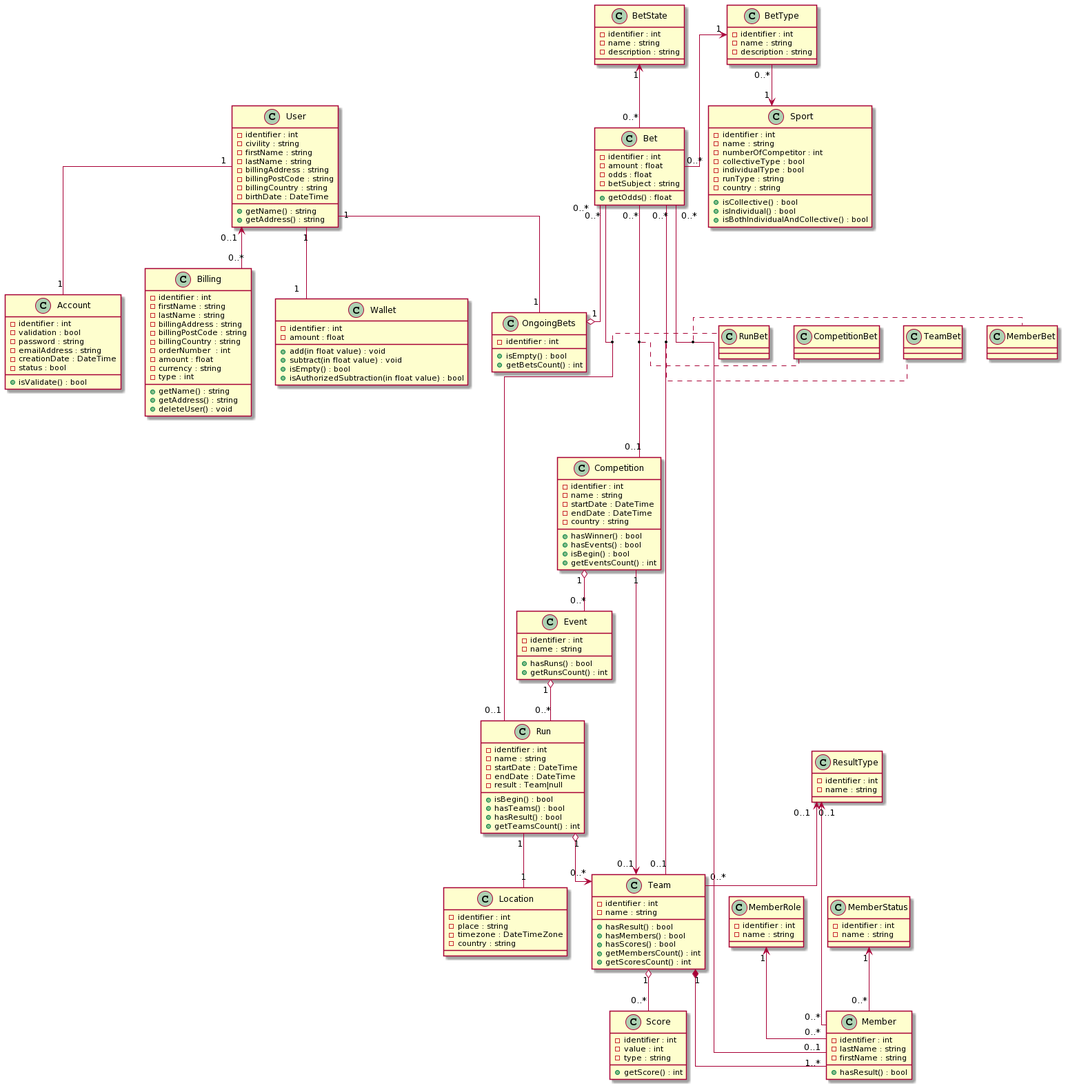
Above: Uml/Diagramme_de_classe/parisportif5.png in OFP-CDA-Mulhouse-2020/parisportif5 (PlantUML), before the change. The source it was exported from:
```plantuml
@startuml
skinparam linetype ortho
    User "1" -- "1" Account
    User "0..1" <-- "0..*" Billing
    BetType "1" <-- "0..*" Bet
    User "1" -- "1" Wallet
    User "1" -- "1" OngoingBets
    Bet "0..*" --o "1" OngoingBets
    BetType "0..*" --> "1" Sport
    Competition "1" o-- "0..*" Event
    Competition "1" --> "0..1" Team
    Event "1" o-- "0..*" Run
    Run "1" -- "1" Location
    Team "1" o-- "0..*" Score
    Run "1" o--> "0..*" Team
    Team "1" *-- "1..*" Member
    BetState "1" <-- "0..*" Bet
    ResultType "0..1" <-- "0..*" Team
    ResultType "0..1" <-- "0..*" Member
    MemberRole "1" <-- "0..*" Member
    MemberStatus "1" <-- "0..*" Member
    Bet "0..*" -- "0..1" Competition
    (Bet, Competition) .. CompetitionBet
    Bet "0..*" -- "0..1" Run
    (Bet, Run) .. RunBet
    Bet "0..*" -- "0..1" Team
    (Bet, Team) .. TeamBet
    Bet "0..*" -- "0..1" Member
    (Bet, Member) .. MemberBet
    class MemberRole {
        -identifier : int
        -name : string
    }
    class MemberStatus {
        -identifier : int
        -name : string
    }
    class ResultType {
        -identifier : int
        -name : string
    }
    class BetState {
        -identifier : int
        -name : string
        -description : string
    }
    class Wallet {
        -identifier : int
        -amount : float
        +add(in float value) : void
        +subtract(in float value) : void
        +isEmpty() : bool
        +isAuthorizedSubtraction(in float value) : bool
    }
    class OngoingBets {
        -identifier : int
        +isEmpty() : bool
        +getBetsCount() : int
    }
    class Account {
        -identifier : int
        -validation : bool
        -password : string
        -emailAddress : string
        -creationDate : DateTime
        -status : bool
        +isValidate() : bool
    }
    class User {
        -identifier : int
        -civility : string
        -firstName : string
        -lastName : string
        -billingAddress : string
        -billingPostCode : string
        -billingCountry : string
        -birthDate : DateTime
        +getName() : string
        +getAddress() : string
    }
    class Billing {
        -identifier : int
        -firstName : string
        -lastName : string
        -billingAddress : string
        -billingPostCode : string
        -billingCountry : string
        -orderNumber  : int
        -amount : float
        -currency : string
        -type : int
        +getName() : string
        +getAddress() : string
        +deleteUser() : void
    }
    class Bet {
        -identifier : int
        -amount : float
        -odds : float
        -betSubject : string
        +getOdds() : float
    }
    class BetType {
        -identifier : int
        -name : string
        -description : string
    }
    class Location {
        -identifier : int
        -place : string
        -timezone : DateTimeZone
        -country : string
    }
    class Sport {
        -identifier : int
        -name : string
        -numberOfCompetitor : int
        -collectiveType : bool
        -individualType : bool
        -runType : string
        -country : string
        +isCollective() : bool
        +isIndividual() : bool
        +isBothIndividualAndCollective() : bool
    }
    class Competition {
        -identifier : int
        -name : string
        -startDate : DateTime
        -endDate : DateTime
        -country : string
        +hasWinner() : bool
        +hasEvents() : bool
        +isBegin() : bool
        +getEventsCount() : int
    }
    class Event {
        -identifier : int
        -name : string
        +hasRuns() : bool
        +getRunsCount() : int
    }
    class Run {
        -identifier : int
        -name : string
        -startDate : DateTime
        -endDate : DateTime
        -result : Team|null
        +isBegin() : bool
        +hasTeams() : bool
        +hasResult() : bool
        +getTeamsCount() : int
    }
    class Score {
        -identifier : int
        -value : int
        -type : string
        +getScore() : int
    }
    class Member {
        -identifier : int
        -lastName : string
        -firstName : string
        +hasResult() : bool
    }
    class Team {
        -identifier : int
        -name : string
        +hasResult() : bool
        +hasMembers() : bool
        +hasScores() : bool
        +getMembersCount() : int
        +getScoresCount() : int
    }
@enduml
```
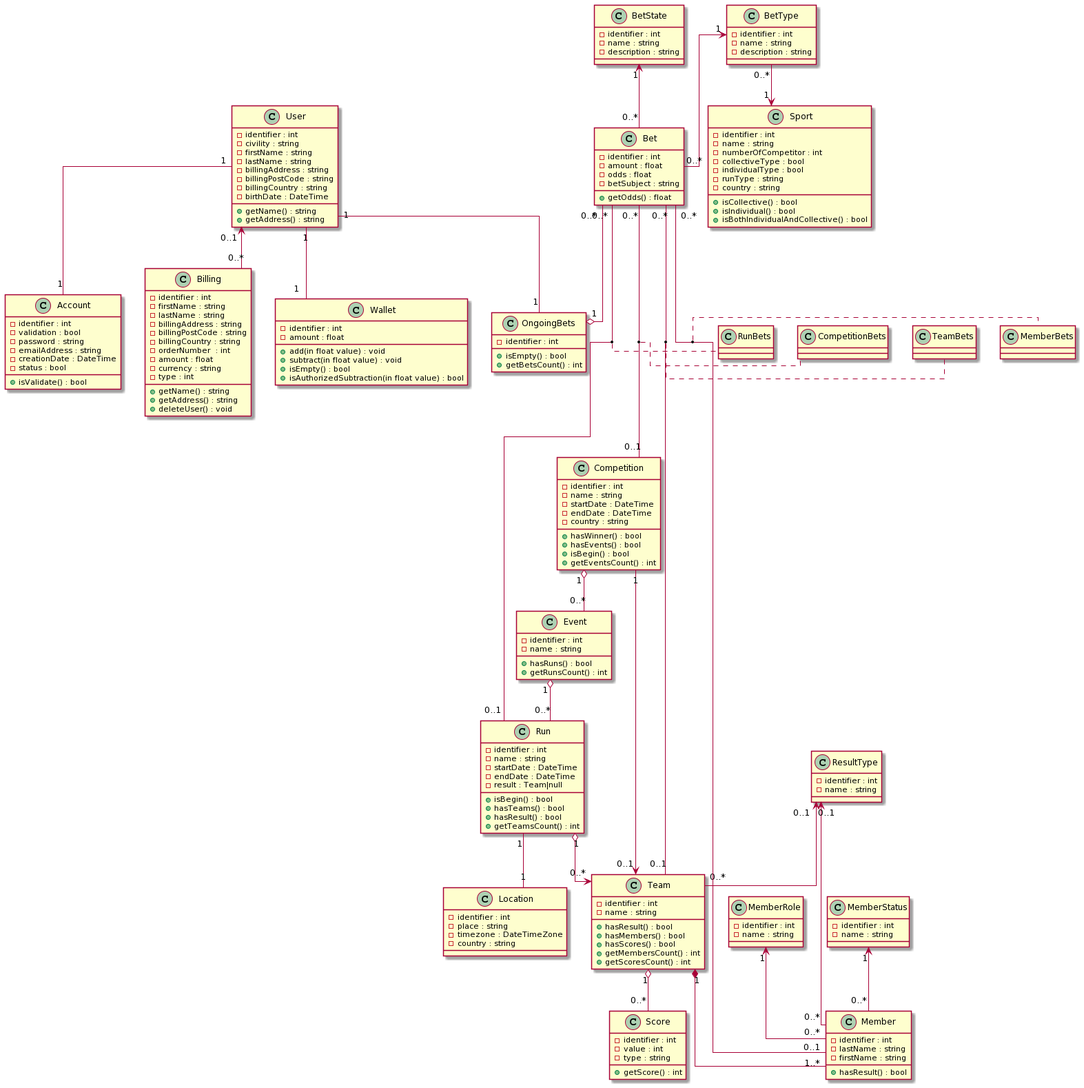
The same diagram one commit later.

Commit message:
2020-11-13 - #4 - Mise à jour image uml

The edit, as a diff of the source:
```diff
@@ -20,13 +20,13 @@
     MemberRole "1" <-- "0..*" Member
     MemberStatus "1" <-- "0..*" Member
     Bet "0..*" -- "0..1" Competition
-    (Bet, Competition) .. CompetitionBet
+    (Bet, Competition) .. CompetitionBets
     Bet "0..*" -- "0..1" Run
-    (Bet, Run) .. RunBet
+    (Bet, Run) .. RunBets
     Bet "0..*" -- "0..1" Team
-    (Bet, Team) .. TeamBet
+    (Bet, Team) .. TeamBets
     Bet "0..*" -- "0..1" Member
-    (Bet, Member) .. MemberBet
+    (Bet, Member) .. MemberBets
     class MemberRole {
         -identifier : int
         -name : string
```
